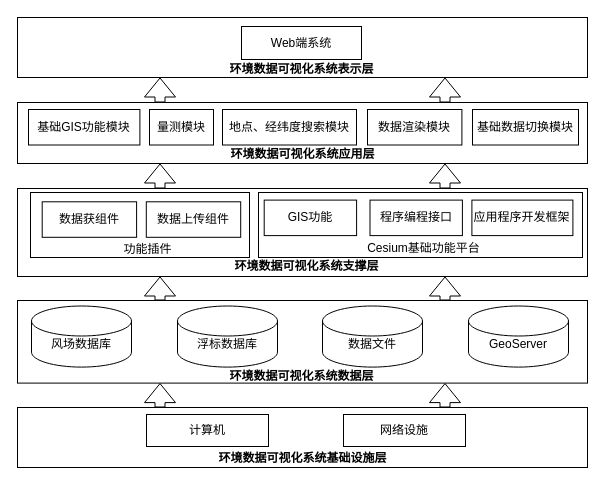
Above: architecture.drawio in xiangsanliu/drawio (draw.io), before the change. Source tidied: cells renumbered, new cells numbered last; positions are measured from the earlier drawing's top-left corner, leaving out a move shared by most shapes. Both pictures are drawn from the tidied source at 100%, with x=0, y=0 at pixel (17, 17).
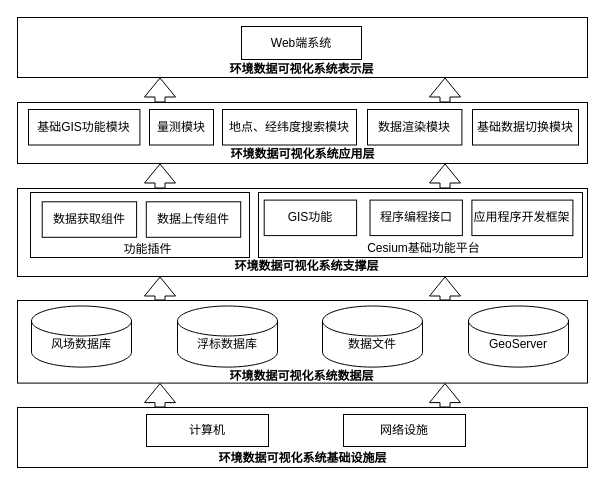
The same diagram, later.

The change refers to these unchanged cells:
```xml
<mxCell id="11" style="group;" parent="2" vertex="1">
  <mxGeometry x="9" y="4" width="219" height="65" as="geometry" />
</mxCell>
```

What changed in the source:
```diff
@@
-    <mxCell id="13" value="数据获组件" style="rounded=0;whiteSpace=wrap;html=1;" parent="11" vertex="1">
+    <mxCell id="13" value="数据获取组件" style="rounded=0;whiteSpace=wrap;html=1;" parent="11" vertex="1">
       <mxGeometry x="11.7" y="9.3" width="94.4" height="35.5" as="geometry" />
     </mxCell>
```
